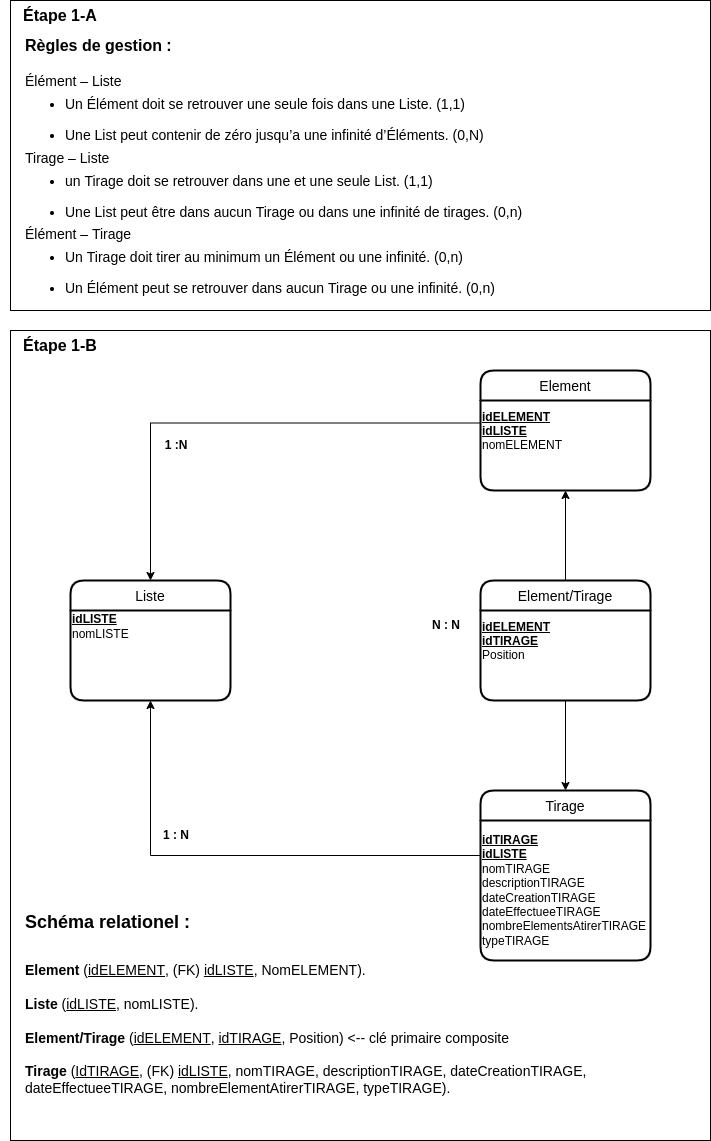
Above: Dev_base_donnees/Projet_02/etape_1-b_MLD.drawio.png in jimmyhfortin/Dev_logiciel (draw.io), before the change. Source tidied: cells renumbered, new cells last; positions are measured from the earlier drawing's top-left corner, leaving out a move shared by most shapes.
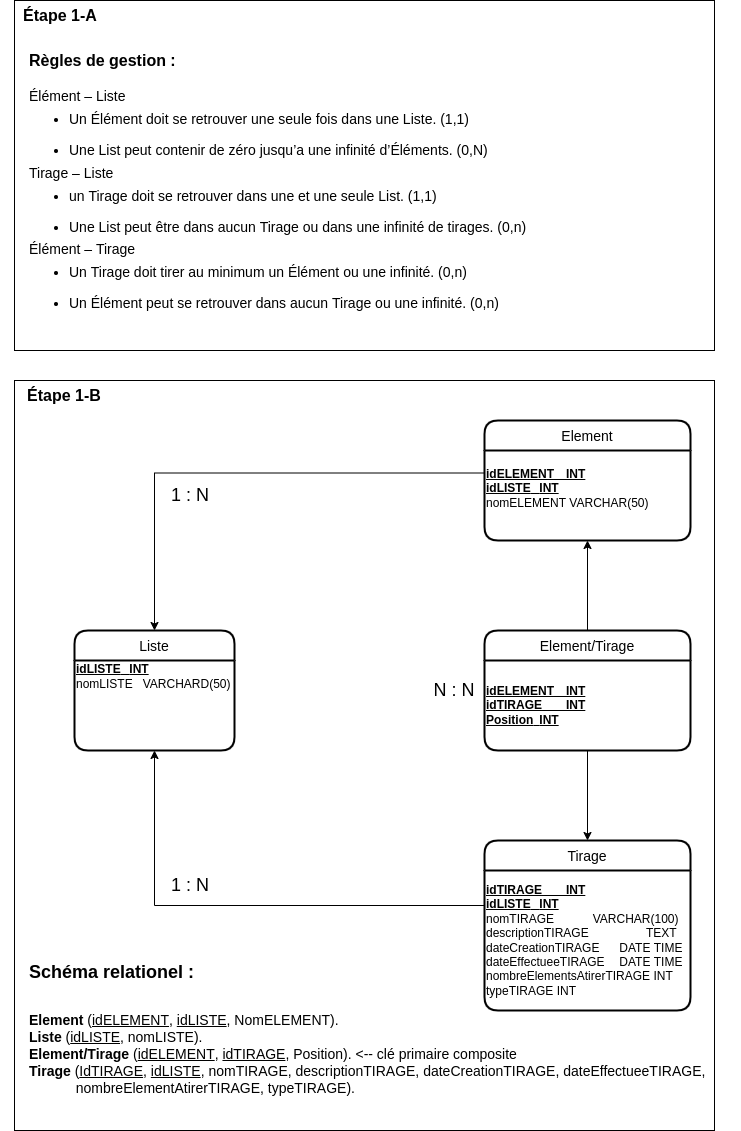
After the change.

What changed in the source:
```diff
@@ -3,36 +3,36 @@
     <mxCell id="0" />
     <mxCell id="1" parent="0" />
     <mxCell id="2" style="rounded=0;whiteSpace=wrap;html=1;fontSize=14;" parent="1" vertex="1">
-      <mxGeometry x="10" width="700" height="310" as="geometry" />
+      <mxGeometry x="10" y="-50" width="700" height="350" as="geometry" />
     </mxCell>
     <mxCell id="3" style="rounded=0;whiteSpace=wrap;html=1;fontSize=16;" parent="1" vertex="1">
-      <mxGeometry x="10" y="330" width="700" height="810" as="geometry" />
+      <mxGeometry x="10" y="330" width="700" height="750" as="geometry" />
     </mxCell>
     <mxCell id="4" value="Element" style="swimlane;horizontal=1;startSize=30;rounded=1;fontSize=14;fontStyle=0;strokeWidth=2;shadow=0;dashed=0;align=center;" parent="1" vertex="1">
-      <mxGeometry x="480" y="370" width="170" height="120" as="geometry" />
+      <mxGeometry x="480" y="370" width="206" height="120" as="geometry" />
     </mxCell>
-    <mxCell id="5" value="&lt;u style=&quot;font-weight: bold;&quot;&gt;idELEMENT&lt;br&gt;&lt;/u&gt;&lt;b&gt;&lt;u&gt;idLISTE&lt;br&gt;&lt;/u&gt;&lt;/b&gt;nomELEMENT&lt;br&gt;&lt;br&gt;&lt;br&gt;" style="text;html=1;strokeColor=none;fillColor=none;align=left;verticalAlign=middle;whiteSpace=wrap;rounded=0;" parent="4" vertex="1">
-      <mxGeometry y="30" width="170" height="90" as="geometry" />
+    <mxCell id="5" value="&lt;u style=&quot;font-weight: bold;&quot;&gt;idELEMENT&lt;span style=&quot;white-space: pre;&quot;&gt;&#9;&lt;/span&gt;INT&lt;br&gt;&lt;/u&gt;&lt;b&gt;&lt;u&gt;idLISTE&lt;span style=&quot;white-space: pre;&quot;&gt;&#9;&lt;/span&gt;INT&lt;br&gt;&lt;/u&gt;&lt;/b&gt;nomELEMENT VARCHAR(50)&lt;br&gt;&lt;br&gt;" style="text;html=1;strokeColor=none;fillColor=none;align=left;verticalAlign=middle;whiteSpace=wrap;rounded=0;" parent="4" vertex="1">
+      <mxGeometry y="30" width="206" height="90" as="geometry" />
     </mxCell>
     <mxCell id="6" value="Tirage" style="swimlane;horizontal=1;startSize=30;rounded=1;fontSize=14;fontStyle=0;strokeWidth=2;shadow=0;dashed=0;align=center;" parent="1" vertex="1">
-      <mxGeometry x="480" y="790" width="170" height="170" as="geometry" />
+      <mxGeometry x="480" y="790" width="206" height="170" as="geometry" />
     </mxCell>
-    <mxCell id="7" value="&lt;u style=&quot;font-weight: bold;&quot;&gt;idTIRAGE&lt;br&gt;&lt;/u&gt;&lt;b&gt;&lt;u&gt;idLISTE&lt;/u&gt;&lt;/b&gt;&lt;br&gt;nomTIRAGE&lt;br&gt;descriptionTIRAGE&lt;br&gt;dateCreationTIRAGE&lt;br&gt;dateEffectueeTIRAGE&lt;br&gt;nombreElementsAtirerTIRAGE&lt;br&gt;typeTIRAGE" style="text;html=1;strokeColor=none;fillColor=none;align=left;verticalAlign=middle;whiteSpace=wrap;rounded=0;" parent="6" vertex="1">
-      <mxGeometry y="30" width="170" height="140" as="geometry" />
+    <mxCell id="7" value="&lt;u style=&quot;font-weight: bold;&quot;&gt;idTIRAGE&lt;span style=&quot;white-space: pre;&quot;&gt;&#9;&lt;/span&gt;INT&lt;br&gt;&lt;/u&gt;&lt;b&gt;&lt;u&gt;idLISTE&lt;span style=&quot;white-space: pre;&quot;&gt;&#9;&lt;/span&gt;INT&lt;/u&gt;&lt;/b&gt;&lt;br&gt;nomTIRAGE&lt;span style=&quot;white-space: pre;&quot;&gt;&#9;&lt;span style=&quot;white-space: pre;&quot;&gt;&#9;&lt;/span&gt;&lt;/span&gt;VARCHAR(100)&lt;br&gt;descriptionTIRAGE&lt;span style=&quot;white-space: pre;&quot;&gt;&#9;&lt;span style=&quot;white-space: pre;&quot;&gt;&#9;&lt;/span&gt;&lt;span style=&quot;white-space: pre;&quot;&gt;&#9;&lt;/span&gt;&lt;/span&gt;TEXT&lt;br&gt;dateCreationTIRAGE&lt;span style=&quot;white-space: pre;&quot;&gt;&#9;&lt;/span&gt;DATE TIME&lt;br&gt;dateEffectueeTIRAGE&lt;span style=&quot;white-space: pre;&quot;&gt;&#9;&lt;/span&gt;DATE TIME&lt;br&gt;nombreElementsAtirerTIRAGE INT&lt;br&gt;typeTIRAGE INT&lt;span style=&quot;white-space: pre;&quot;&gt;&#9;&lt;/span&gt;" style="text;html=1;strokeColor=none;fillColor=none;align=left;verticalAlign=middle;whiteSpace=wrap;rounded=0;" parent="6" vertex="1">
+      <mxGeometry y="30" width="206" height="140" as="geometry" />
     </mxCell>
     <mxCell id="8" style="edgeStyle=orthogonalEdgeStyle;rounded=0;jettySize=auto;html=1;exitX=0.5;exitY=0;exitDx=0;exitDy=0;entryX=0.5;entryY=1;entryDx=0;entryDy=0;" parent="1" edge="1" source="9" target="5">
       <mxGeometry relative="1" as="geometry" />
     </mxCell>
     <mxCell id="9" value="Element/Tirage" style="swimlane;horizontal=1;startSize=30;rounded=1;fontSize=14;fontStyle=0;strokeWidth=2;shadow=0;dashed=0;align=center;" parent="1" vertex="1">
-      <mxGeometry x="480" y="580" width="170" height="120" as="geometry" />
+      <mxGeometry x="480" y="580" width="206" height="120" as="geometry" />
     </mxCell>
-    <mxCell id="10" value="&lt;u&gt;&lt;b&gt;idELEMENT&lt;/b&gt;&lt;/u&gt;&lt;br&gt;&lt;b&gt;&lt;u&gt;idTIRAGE&lt;/u&gt;&lt;/b&gt;&lt;br&gt;Position&lt;br&gt;&lt;br&gt;&lt;br&gt;" style="text;html=1;strokeColor=none;fillColor=none;align=left;verticalAlign=middle;whiteSpace=wrap;rounded=0;" parent="9" vertex="1">
-      <mxGeometry y="30" width="170" height="90" as="geometry" />
+    <mxCell id="10" value="&lt;u&gt;&lt;b&gt;idELEMENT&lt;span style=&quot;white-space: pre;&quot;&gt;&#9;&lt;/span&gt;INT&lt;/b&gt;&lt;/u&gt;&lt;br&gt;&lt;b&gt;&lt;u&gt;idTIRAGE&lt;span style=&quot;white-space: pre;&quot;&gt;&#9;&lt;/span&gt;INT&lt;/u&gt;&lt;/b&gt;&lt;br&gt;&lt;b&gt;&lt;u&gt;Position&lt;span style=&quot;white-space: pre;&quot;&gt;&#9;&lt;/span&gt;INT&lt;br&gt;&lt;/u&gt;&lt;/b&gt;" style="text;html=1;strokeColor=none;fillColor=none;align=left;verticalAlign=middle;whiteSpace=wrap;rounded=0;" parent="9" vertex="1">
+      <mxGeometry y="30" width="206" height="90" as="geometry" />
     </mxCell>
     <mxCell id="11" value="Liste" style="swimlane;horizontal=1;startSize=30;rounded=1;fontSize=14;fontStyle=0;strokeWidth=2;shadow=0;dashed=0;align=center;" parent="1" vertex="1">
       <mxGeometry x="70" y="580" width="160" height="120" as="geometry" />
     </mxCell>
-    <mxCell id="12" value="&lt;div style=&quot;&quot;&gt;&lt;b style=&quot;background-color: initial; text-decoration-line: underline;&quot;&gt;idLISTE&lt;/b&gt;&lt;/div&gt;&lt;span style=&quot;&quot;&gt;&lt;div style=&quot;&quot;&gt;&lt;span style=&quot;background-color: initial;&quot;&gt;nomLISTE&lt;/span&gt;&lt;/div&gt;&lt;div style=&quot;&quot;&gt;&lt;span style=&quot;background-color: initial;&quot;&gt;&lt;br&gt;&lt;/span&gt;&lt;/div&gt;&lt;div style=&quot;&quot;&gt;&lt;span style=&quot;background-color: initial;&quot;&gt;&lt;br&gt;&lt;/span&gt;&lt;/div&gt;&lt;div style=&quot;&quot;&gt;&lt;span style=&quot;background-color: initial;&quot;&gt;&lt;br&gt;&lt;/span&gt;&lt;/div&gt;&lt;div style=&quot;&quot;&gt;&lt;span style=&quot;background-color: initial;&quot;&gt;&lt;br&gt;&lt;/span&gt;&lt;/div&gt;&lt;/span&gt;" style="text;html=1;strokeColor=none;fillColor=none;align=left;verticalAlign=middle;whiteSpace=wrap;rounded=0;" parent="11" vertex="1">
+    <mxCell id="12" value="&lt;div style=&quot;&quot;&gt;&lt;b style=&quot;background-color: initial; text-decoration-line: underline;&quot;&gt;idLISTE&lt;span style=&quot;white-space: pre;&quot;&gt;&#9;&lt;/span&gt;INT&lt;/b&gt;&lt;/div&gt;&lt;span style=&quot;&quot;&gt;&lt;div style=&quot;&quot;&gt;&lt;span style=&quot;background-color: initial;&quot;&gt;nomLISTE&amp;nbsp; &amp;nbsp;VARCHARD(50)&lt;/span&gt;&lt;/div&gt;&lt;div style=&quot;&quot;&gt;&lt;span style=&quot;background-color: initial;&quot;&gt;&lt;br&gt;&lt;/span&gt;&lt;/div&gt;&lt;div style=&quot;&quot;&gt;&lt;span style=&quot;background-color: initial;&quot;&gt;&lt;br&gt;&lt;/span&gt;&lt;/div&gt;&lt;div style=&quot;&quot;&gt;&lt;span style=&quot;background-color: initial;&quot;&gt;&lt;br&gt;&lt;/span&gt;&lt;/div&gt;&lt;div style=&quot;&quot;&gt;&lt;span style=&quot;background-color: initial;&quot;&gt;&lt;br&gt;&lt;/span&gt;&lt;/div&gt;&lt;/span&gt;" style="text;html=1;strokeColor=none;fillColor=none;align=left;verticalAlign=middle;whiteSpace=wrap;rounded=0;" parent="11" vertex="1">
       <mxGeometry y="30" width="160" height="90" as="geometry" />
     </mxCell>
     <mxCell id="13" style="edgeStyle=orthogonalEdgeStyle;rounded=0;jettySize=auto;html=1;exitX=0;exitY=0.25;exitDx=0;exitDy=0;entryX=0.5;entryY=0;entryDx=0;entryDy=0;" parent="1" edge="1" source="5" target="11">
@@ -41,29 +41,29 @@
     <mxCell id="14" style="edgeStyle=orthogonalEdgeStyle;rounded=0;jettySize=auto;html=1;exitX=0;exitY=0.25;exitDx=0;exitDy=0;entryX=0.5;entryY=1;entryDx=0;entryDy=0;" parent="1" edge="1" source="7" target="12">
       <mxGeometry relative="1" as="geometry" />
     </mxCell>
-    <mxCell id="15" style="edgeStyle=orthogonalEdgeStyle;rounded=0;jettySize=auto;html=1;exitX=0.5;exitY=1;exitDx=0;exitDy=0;entryX=0.5;entryY=0;entryDx=0;entryDy=0;" parent="1" edge="1" source="10" target="6">
-      <mxGeometry relative="1" as="geometry" />
-    </mxCell>
     <mxCell id="16" value="&lt;b&gt;&lt;font style=&quot;font-size: 16px;&quot;&gt;Étape 1-B&lt;/font&gt;&lt;/b&gt;" style="text;html=1;strokeColor=none;fillColor=none;align=center;verticalAlign=middle;whiteSpace=wrap;rounded=0;" parent="1" vertex="1">
       <mxGeometry x="10" y="330" width="100" height="30" as="geometry" />
     </mxCell>
     <mxCell id="17" value="&lt;h1 style=&quot;&quot;&gt;&lt;font style=&quot;font-size: 16px;&quot;&gt;Règles de gestion :&lt;/font&gt;&lt;/h1&gt;&lt;p style=&quot;margin-bottom: 0cm; line-height: 1px; background: transparent; font-size: 14px;&quot;&gt;&lt;font style=&quot;font-size: 14px;&quot;&gt;Élément – Liste&lt;/font&gt;&lt;/p&gt;&lt;ul style=&quot;font-size: 14px;&quot;&gt;&lt;li&gt;&lt;p style=&quot;margin-bottom: 0cm; line-height: 1px; background: transparent;&quot;&gt;&lt;font style=&quot;font-size: 14px;&quot;&gt;Un Élément doit se retrouver une seule fois dans une Liste. (1,1)&lt;/font&gt;&lt;/p&gt;&lt;/li&gt;&lt;li&gt;&lt;p style=&quot;margin-bottom: 0cm; line-height: 1px; background: transparent;&quot;&gt;&lt;font style=&quot;font-size: 14px;&quot;&gt;Une List peut contenir de zéro jusqu’a une infinité d’Éléments. (0,N)&lt;/font&gt;&lt;/p&gt;&lt;/li&gt;&lt;/ul&gt;&lt;p style=&quot;margin-bottom: 0cm; line-height: 1px; background: transparent; font-size: 14px;&quot;&gt;&lt;font style=&quot;font-size: 14px;&quot;&gt;Tirage – Liste&lt;/font&gt;&lt;/p&gt;&lt;ul style=&quot;font-size: 14px;&quot;&gt;&lt;li&gt;&lt;p style=&quot;margin-bottom: 0cm; line-height: 1px; background: transparent;&quot;&gt;&lt;font style=&quot;font-size: 14px;&quot;&gt;un Tirage doit se retrouver dans une et une seule List. (1,1)&lt;/font&gt;&lt;/p&gt;&lt;/li&gt;&lt;li&gt;&lt;p style=&quot;margin-bottom: 0cm; line-height: 1px; background: transparent;&quot;&gt;&lt;font style=&quot;font-size: 14px;&quot;&gt;Une List peut être dans aucun Tirage ou dans une infinité de tirages. (0,n)&lt;/font&gt;&lt;/p&gt;&lt;/li&gt;&lt;/ul&gt;&lt;p style=&quot;margin-bottom: 0cm; line-height: 1px; background: transparent; font-size: 14px;&quot;&gt;&lt;font style=&quot;font-size: 14px;&quot;&gt;Élément – Tirage&lt;/font&gt;&lt;/p&gt;&lt;ul style=&quot;font-size: 14px;&quot;&gt;&lt;li style=&quot;&quot;&gt;&lt;p style=&quot;margin-bottom: 0cm; line-height: 1px; background: transparent;&quot;&gt;&lt;font style=&quot;font-size: 14px;&quot;&gt;Un Tirage doit tirer au minimum un Élément ou une infinité. (0,n)&lt;/font&gt;&lt;/p&gt;&lt;/li&gt;&lt;li style=&quot;&quot;&gt;&lt;p style=&quot;margin-bottom: 0cm; line-height: 1px; background: transparent;&quot;&gt;&lt;font style=&quot;font-size: 14px;&quot;&gt;Un Élément peut se retrouver dans aucun Tirage ou une infinité. (0,n)&lt;/font&gt;&lt;/p&gt;&lt;/li&gt;&lt;/ul&gt;" style="text;html=1;strokeColor=none;fillColor=none;spacing=5;spacingTop=-20;whiteSpace=wrap;overflow=hidden;rounded=0;fontSize=16;" parent="1" vertex="1">
-      <mxGeometry x="20" y="10" width="650" height="300" as="geometry" />
+      <mxGeometry x="20" y="-25" width="650" height="300" as="geometry" />
     </mxCell>
     <mxCell id="18" value="&lt;b&gt;&lt;font style=&quot;font-size: 16px;&quot;&gt;Étape 1-A&lt;/font&gt;&lt;/b&gt;" style="text;html=1;strokeColor=none;fillColor=none;align=center;verticalAlign=middle;whiteSpace=wrap;rounded=0;" parent="1" vertex="1">
-      <mxGeometry width="120" height="30" as="geometry" />
+      <mxGeometry x="-4" y="-50" width="120" height="30" as="geometry" />
     </mxCell>
-    <mxCell id="19" value="&lt;h1 style=&quot;font-size: 18px;&quot;&gt;&lt;span style=&quot;background-color: initial;&quot;&gt;&lt;font style=&quot;font-size: 18px;&quot;&gt;Schéma relationel :&lt;/font&gt;&lt;/span&gt;&lt;/h1&gt;&lt;div&gt;&lt;br&gt;&lt;/div&gt;&lt;div&gt;&lt;b&gt;Element&lt;/b&gt;&lt;span style=&quot;font-weight: 400;&quot;&gt; (&lt;u&gt;idELEMENT&lt;/u&gt;, (FK)&amp;nbsp;&lt;u&gt;idLISTE&lt;/u&gt;, NomELEMENT).&lt;/span&gt;&lt;/div&gt;&lt;div&gt;&lt;span style=&quot;font-weight: 400;&quot;&gt;&lt;br&gt;&lt;/span&gt;&lt;/div&gt;&lt;div&gt;&lt;b&gt;Liste&lt;/b&gt;&lt;span style=&quot;font-weight: 400;&quot;&gt; (&lt;u&gt;idLISTE&lt;/u&gt;, nomLISTE).&lt;/span&gt;&lt;/div&gt;&lt;div&gt;&lt;span style=&quot;font-weight: 400;&quot;&gt;&lt;br&gt;&lt;/span&gt;&lt;/div&gt;&lt;div&gt;&lt;b&gt;Element/Tirage&lt;/b&gt;&lt;span style=&quot;font-weight: 400;&quot;&gt; (&lt;u&gt;idELEMENT&lt;/u&gt;, &lt;u&gt;idTIRAGE&lt;/u&gt;, Position) &amp;lt;-- clé primaire composite&lt;/span&gt;&lt;/div&gt;&lt;div&gt;&lt;span style=&quot;font-weight: 400;&quot;&gt;&lt;br&gt;&lt;/span&gt;&lt;/div&gt;&lt;div&gt;&lt;b&gt;Tirage&lt;/b&gt;&lt;span style=&quot;font-weight: 400;&quot;&gt; (&lt;u&gt;IdTIRAGE&lt;/u&gt;, (FK)&amp;nbsp;&lt;u&gt;idLISTE&lt;/u&gt;, nomTIRAGE, descriptionTIRAGE, dateCreationTIRAGE, dateEffectueeTIRAGE, nombreElementAtirerTIRAGE, typeTIRAGE).&lt;/span&gt;&lt;/div&gt;" style="text;html=1;strokeColor=none;fillColor=none;spacing=5;spacingTop=-20;whiteSpace=wrap;overflow=hidden;rounded=0;fontSize=14;" parent="1" vertex="1">
-      <mxGeometry x="20" y="910" width="686" height="210" as="geometry" />
+    <mxCell id="19" value="&lt;h1 style=&quot;font-size: 18px;&quot;&gt;&lt;span style=&quot;background-color: initial;&quot;&gt;&lt;font style=&quot;font-size: 18px;&quot;&gt;Schéma relationel :&lt;/font&gt;&lt;/span&gt;&lt;/h1&gt;&lt;div&gt;&lt;br&gt;&lt;/div&gt;&lt;div&gt;&lt;b&gt;Element&lt;/b&gt;&lt;span style=&quot;font-weight: 400;&quot;&gt; (&lt;u&gt;idELEMENT&lt;/u&gt;, &lt;u&gt;idLISTE&lt;/u&gt;, NomELEMENT).&lt;/span&gt;&lt;/div&gt;&lt;div&gt;&lt;b&gt;Liste&lt;/b&gt;&lt;span style=&quot;font-weight: 400;&quot;&gt; (&lt;u&gt;idLISTE&lt;/u&gt;, nomLISTE).&lt;/span&gt;&lt;/div&gt;&lt;div&gt;&lt;b&gt;Element/Tirage&lt;/b&gt;&lt;span style=&quot;font-weight: 400;&quot;&gt; (&lt;u&gt;idELEMENT&lt;/u&gt;, &lt;u&gt;idTIRAGE&lt;/u&gt;, Position). &amp;lt;-- clé primaire composite&lt;/span&gt;&lt;/div&gt;&lt;div&gt;&lt;b&gt;Tirage&lt;/b&gt;&lt;span style=&quot;font-weight: 400;&quot;&gt; (&lt;u&gt;IdTIRAGE&lt;/u&gt;, &lt;u&gt;idLISTE&lt;/u&gt;, nomTIRAGE, descriptionTIRAGE, dateCreationTIRAGE, dateEffectueeTIRAGE, &lt;span style=&quot;white-space: pre;&quot;&gt;&#9;&lt;/span&gt;&amp;nbsp; &amp;nbsp; &amp;nbsp; &amp;nbsp; &amp;nbsp; &amp;nbsp; &amp;nbsp; &amp;nbsp; &amp;nbsp; nombreElementAtirerTIRAGE, typeTIRAGE).&lt;/span&gt;&lt;/div&gt;" style="text;html=1;strokeColor=none;fillColor=none;spacing=5;spacingTop=-20;whiteSpace=wrap;overflow=hidden;rounded=0;fontSize=14;" parent="1" vertex="1">
+      <mxGeometry x="20" y="910" width="716" height="160" as="geometry" />
     </mxCell>
-    <mxCell id="20" value="&lt;b&gt;1 : N&lt;/b&gt;" style="text;html=1;strokeColor=none;fillColor=none;align=center;verticalAlign=middle;whiteSpace=wrap;rounded=0;" parent="1" vertex="1">
-      <mxGeometry x="146" y="820" width="60" height="30" as="geometry" />
-    </mxCell>
-    <mxCell id="21" value="&lt;b&gt;1 :N&lt;/b&gt;" style="text;html=1;strokeColor=none;fillColor=none;align=center;verticalAlign=middle;whiteSpace=wrap;rounded=0;" parent="1" vertex="1">
-      <mxGeometry x="146" y="430" width="60" height="30" as="geometry" />
-    </mxCell>
-    <mxCell id="22" value="&lt;b&gt;N : N&lt;/b&gt;" style="text;html=1;strokeColor=none;fillColor=none;align=center;verticalAlign=middle;whiteSpace=wrap;rounded=0;" parent="1" vertex="1">
-      <mxGeometry x="416" y="610" width="60" height="30" as="geometry" />
+    <mxCell id="22" value="N : N" style="text;html=1;strokeColor=none;fillColor=none;align=center;verticalAlign=middle;whiteSpace=wrap;rounded=0;fontSize=18;" parent="1" vertex="1">
+      <mxGeometry x="420" y="625" width="60" height="30" as="geometry" />
     </mxCell>
+    <mxCell id="23" value="1 : N" style="text;html=1;strokeColor=none;fillColor=none;align=center;verticalAlign=middle;whiteSpace=wrap;rounded=0;fontSize=18;" parent="1" vertex="1">
+      <mxGeometry x="156" y="820" width="60" height="30" as="geometry" />
+    </mxCell>
+    <mxCell id="24" value="1 : N" style="text;html=1;strokeColor=none;fillColor=none;align=center;verticalAlign=middle;whiteSpace=wrap;rounded=0;fontSize=18;" parent="1" vertex="1">
+      <mxGeometry x="156" y="430" width="60" height="30" as="geometry" />
+    </mxCell>
+    <mxCell id="15" style="edgeStyle=orthogonalEdgeStyle;rounded=0;jettySize=auto;html=1;exitX=0.5;exitY=1;exitDx=0;exitDy=0;" parent="1" edge="1" source="10" target="6">
+      <mxGeometry relative="1" as="geometry" />
+    </mxCell>
   </root>
 </mxGraphModel>
```
